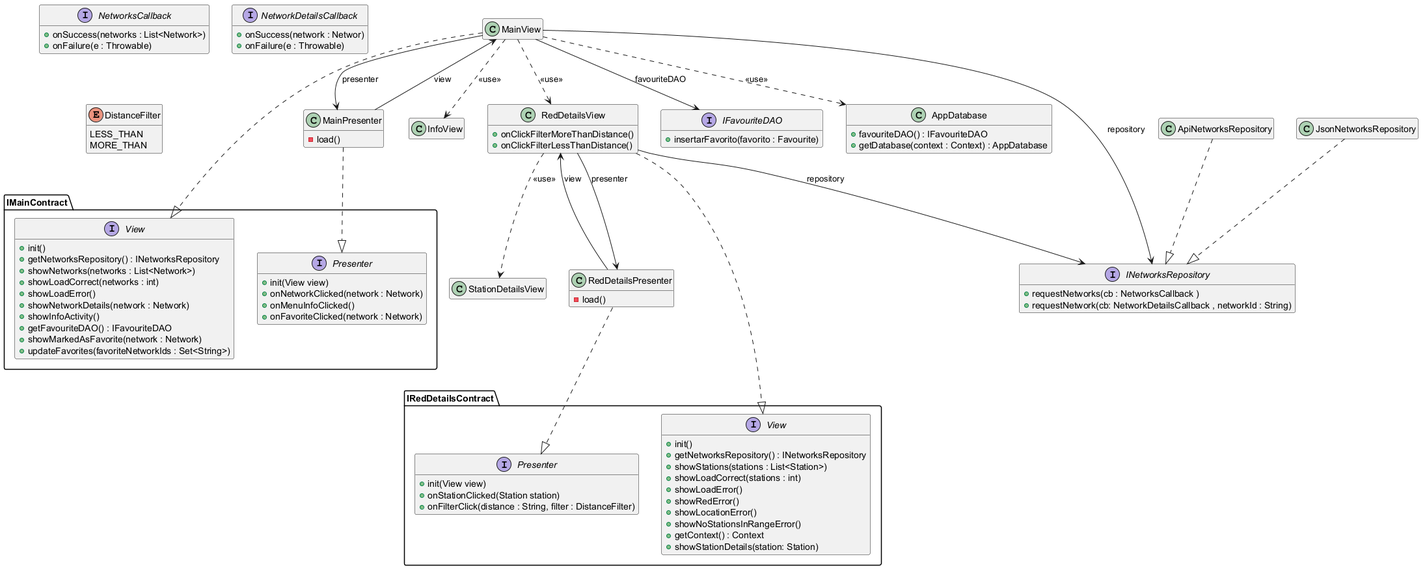
Earlier version of the PlantUML export Docs/Models/architecture.png (isunican/App-Bicis-Grupo1).
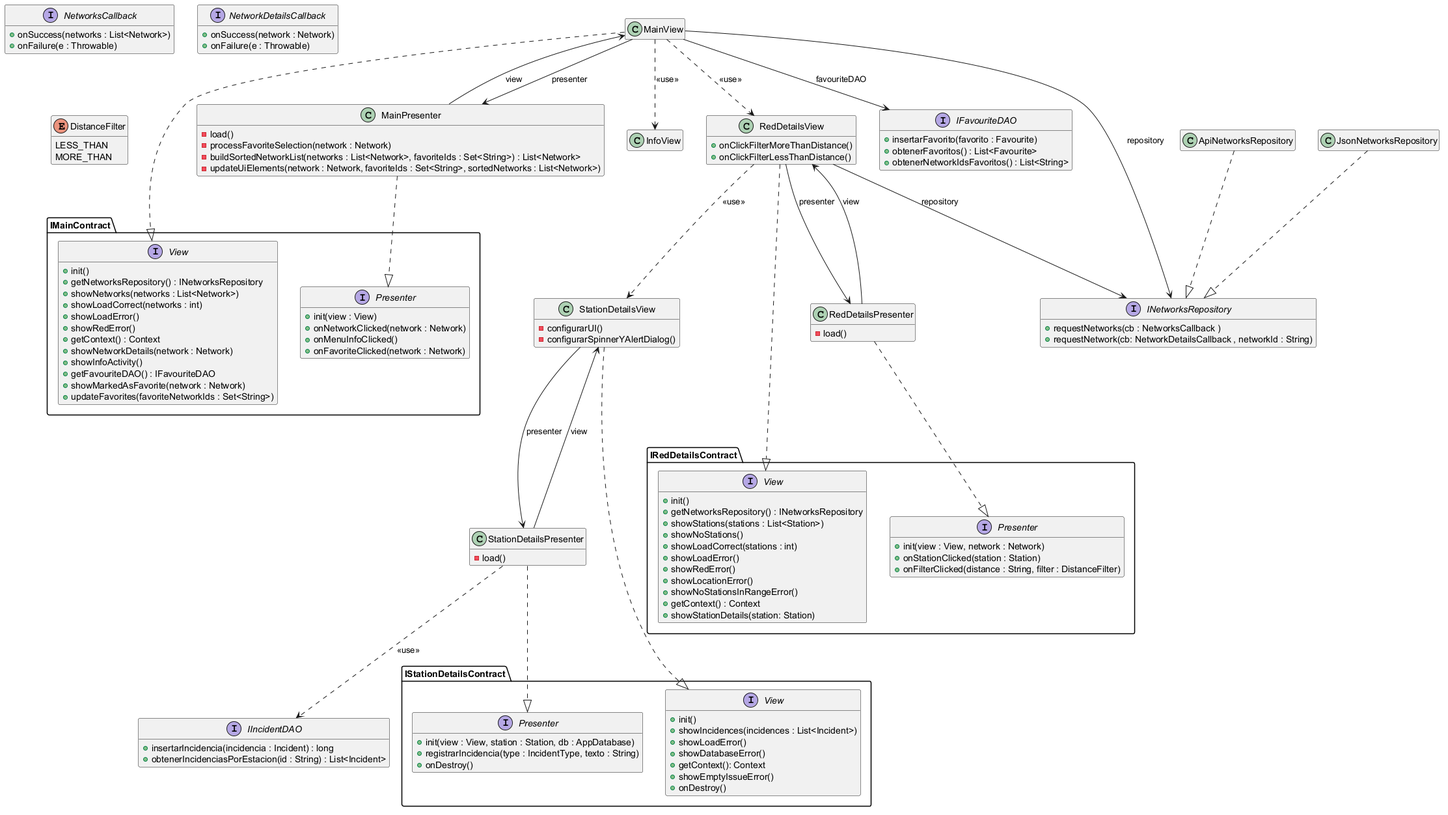
Later version of the same file.

Change to the diagram source:
```diff
@@ -19,18 +19,35 @@
 RedDetailsView --> RedDetailsPresenter : presenter
 RedDetailsPresenter --> RedDetailsView : view
 MainView --> IFavouriteDAO : favouriteDAO
-MainView ..> AppDatabase : <<use>>
+
+StationDetailsView ..|> IStationDetailsContract.View
+StationDetailsPresenter ..|> IStationDetailsContract.Presenter
+StationDetailsView --> StationDetailsPresenter : presenter
+StationDetailsPresenter --> StationDetailsView : view
+StationDetailsPresenter ..> IIncidentDAO : <<use>>
+
 
 class MainView {
 }
 
 class MainPresenter {
     -load()
+    - processFavoriteSelection(network : Network)
+    - buildSortedNetworkList(networks : List<Network>, favoriteIds : Set<String>) : List<Network>
+    - updateUiElements(network : Network, favoriteIds : Set<String>, sortedNetworks : List<Network>)
 }
 
 class InfoView
 
-class StationDetailsView
+class StationDetailsView{
+    - configurarUI()
+    - configurarSpinnerYAlertDialog()
+}
+
+class StationDetailsPresenter {
+    -load()
+}
+
 
 class RedDetailsView {
     +onClickFilterMoreThanDistance()
@@ -40,16 +57,13 @@
     -load()
 }
 
-class AppDatabase {
-    + favouriteDAO() : IFavouriteDAO
-    + getDatabase(context : Context) : AppDatabase
-}
-
 class ApiNetworksRepository
 class JsonNetworksRepository
 
 interface IFavouriteDAO {
     + insertarFavorito(favorito : Favourite)
+    + obtenerFavoritos() : List<Favourite>
+    + obtenerNetworkIdsFavoritos() : List<String>
 }
 
 interface IMainContract.View {
@@ -58,6 +72,8 @@
     + showNetworks(networks : List<Network>)
     + showLoadCorrect(networks : int)
     + showLoadError()
+    + showRedError()
+    + getContext() : Context
     + showNetworkDetails(network : Network)
     + showInfoActivity()
     + getFavouriteDAO() : IFavouriteDAO
@@ -66,7 +82,7 @@
 }
 
 interface IMainContract.Presenter {
-    + init(View view)
+    + init(view : View)
     + onNetworkClicked(network : Network)
     + onMenuInfoClicked()
     + onFavoriteClicked(network : Network)
@@ -76,6 +92,7 @@
     + init()
     + getNetworksRepository() : INetworksRepository
     + showStations(stations : List<Station>)
+    + showNoStations()
     + showLoadCorrect(stations : int)
     + showLoadError()
     + showRedError()
@@ -86,9 +103,9 @@
 }
 
 interface IRedDetailsContract.Presenter {
-    + init(View view)
-    + onStationClicked(Station station)
-    + onFilterClick(distance : String, filter : DistanceFilter)
+    + init(view : View, network : Network)
+    + onStationClicked(station : Station)
+    + onFilterClicked(distance : String, filter : DistanceFilter)
 }
 
 interface INetworksRepository {
@@ -102,7 +119,7 @@
 }
 
 interface NetworkDetailsCallback {
-    + onSuccess(network : Networ)
+    + onSuccess(network : Network)
     + onFailure(e : Throwable)
 }
 
@@ -111,4 +128,25 @@
     MORE_THAN
 }
 
+interface IStationDetailsContract.Presenter {
+    + init(view : View, station : Station, db : AppDatabase)
+    + registrarIncidencia(type : IncidentType, texto : String)
+    + onDestroy()
+}
+
+interface IStationDetailsContract.View {
+    + init()
+    + showIncidences(incidences : List<Incident>)
+    + showLoadError()
+    + showDatabaseError()
+    + getContext(): Context
+    + showEmptyIssueError()
+    + onDestroy()
+}
+
+interface IIncidentDAO {
+    + insertarIncidencia(incidencia : Incident) : long
+    + obtenerIncidenciasPorEstacion(id : String) : List<Incident>
+}
+
 @enduml
```
